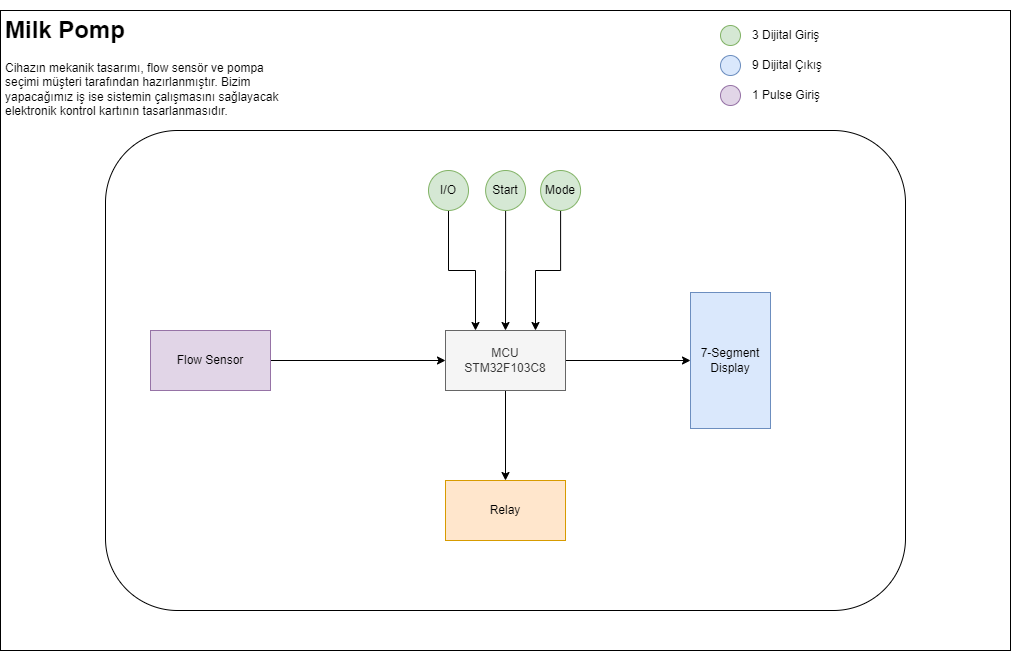
Earlier version of the draw.io export docs/images/block_diagram.png (karslioglu/MilkPomp). Source tidied: cells renumbered, new cells last; positions are measured from the earlier drawing's top-left corner, leaving out a move shared by most shapes.
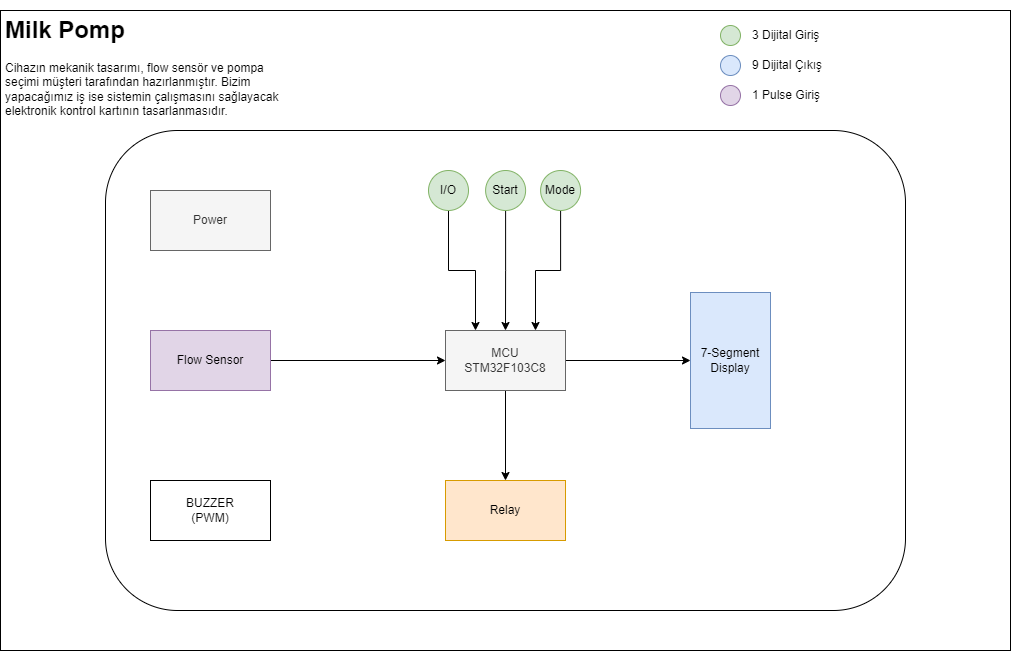
After the change.

Commit message:
Block Diagram changed

What changed in the source:
```diff
@@ -2,7 +2,7 @@
   <root>
     <mxCell id="0" />
     <mxCell id="1" parent="0" />
-    <mxCell id="2" style="group;fillColor=#e1d5e7;strokeColor=#9673a6;" parent="1" vertex="1">
+    <mxCell id="2" style="group;fillColor=#f5f5f5;strokeColor=#666666;fontColor=#333333;" parent="1" vertex="1">
       <mxGeometry width="1010" height="640" as="geometry" />
     </mxCell>
     <mxCell id="3" style="group;" parent="2" vertex="1">
@@ -77,5 +77,11 @@
     <mxCell id="26" value="1 Pulse Giriş" style="text;html=1;strokeColor=none;fillColor=none;align=left;verticalAlign=middle;whiteSpace=wrap;rounded=0;" parent="3" vertex="1">
       <mxGeometry x="750" y="70" width="200" height="30" as="geometry" />
     </mxCell>
+    <mxCell id="27" value="Power" style="rounded=0;whiteSpace=wrap;html=1;fillColor=#f5f5f5;fontColor=#333333;strokeColor=#666666;" parent="3" vertex="1">
+      <mxGeometry x="150" y="180" width="120" height="60" as="geometry" />
+    </mxCell>
+    <mxCell id="28" value="BUZZER&lt;br&gt;(PWM)" style="rounded=0;whiteSpace=wrap;html=1;" parent="3" vertex="1">
+      <mxGeometry x="150" y="470" width="120" height="60" as="geometry" />
+    </mxCell>
   </root>
 </mxGraphModel>
```
